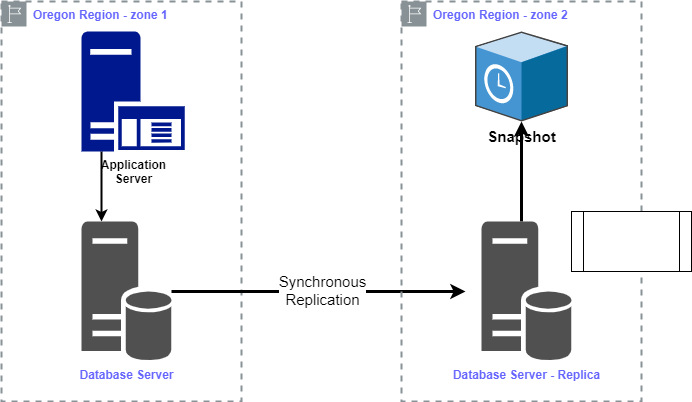
Before: DB-Arch-with-Sync-replication.drawio.png, a diagram exported from draw.io (pyvivid/gcp-refs). Source tidied: cells renumbered, new cells last; positions are measured from the earlier drawing's top-left corner, leaving out a move shared by most shapes.
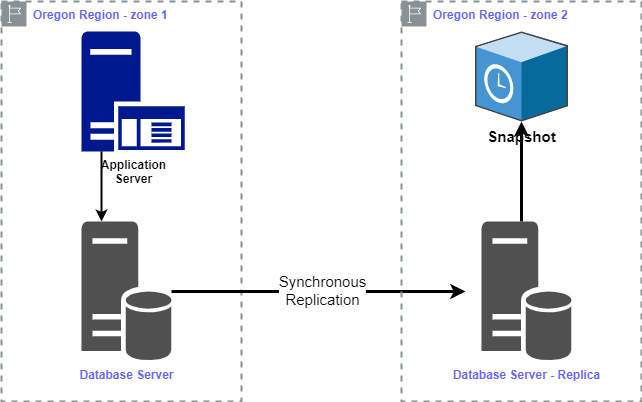
After the change.

What changed in the source:
```diff
@@ -43,9 +43,6 @@
     <mxCell id="10" value="&lt;b&gt;Database Server - Replica&lt;/b&gt;" style="sketch=0;shadow=0;dashed=0;html=1;strokeColor=none;fillColor=#505050;labelPosition=center;verticalLabelPosition=bottom;verticalAlign=top;outlineConnect=0;align=center;shape=mxgraph.office.databases.database_server;fontColor=#6666FF;" parent="1" vertex="1">
       <mxGeometry x="480" y="220" width="90" height="140" as="geometry" />
     </mxCell>
-    <mxCell id="11" style="shape=process;whiteSpace=wrap;html=1;backgroundOutline=1;fontSize=15;" parent="1" vertex="1">
-      <mxGeometry x="570" y="210" width="120" height="60" as="geometry" />
-    </mxCell>
     <mxCell id="12" value="&lt;b&gt;Snapshot&lt;/b&gt;" style="shadow=0;dashed=0;html=1;labelPosition=center;verticalLabelPosition=bottom;verticalAlign=top;align=center;outlineConnect=0;shape=mxgraph.veeam.3d.failover_protective_snapshot;fontSize=15;" parent="1" vertex="1">
       <mxGeometry x="473.5" y="30" width="93" height="90" as="geometry" />
     </mxCell>
```
